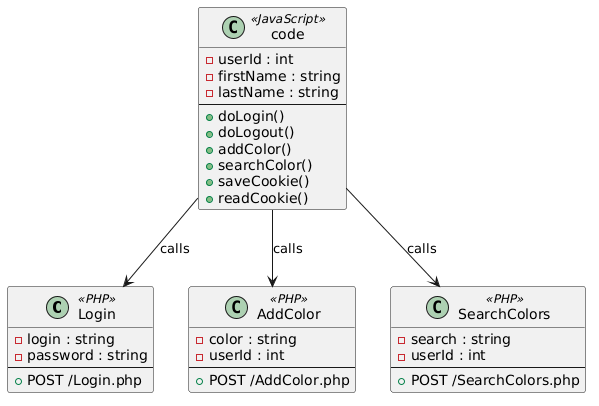
Before: docs/uml/Class Diagram.png, a diagram exported from PlantUML (Clself05/COLORS-Lab). Source of this version:
```plantuml
@startuml
class Login <<PHP>> {
    - login : string
    - password : string
    --
    + POST /Login.php
}

class AddColor <<PHP>> {
    - color : string
    - userId : int
    --
    + POST /AddColor.php
}

class SearchColors <<PHP >> {
    - search : string
    - userId : int
    --
    + POST /SearchColors.php
}


class code <<JavaScript>> {
    - userId : int
    - firstName : string
    - lastName : string
    --
    + doLogin()
    + doLogout()
    + addColor()
    + searchColor()
    + saveCookie()
    + readCookie()
 }


code --> Login : "calls"
code --> AddColor : "calls"
code --> SearchColors : "calls"
@enduml
```
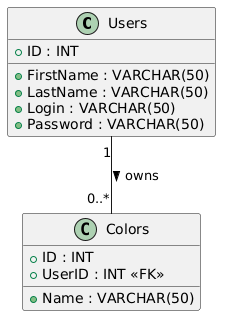
After the commit.

Commit message:
Changes to class diagram

What changed in the source:
```diff
@@ -1,41 +1,17 @@
 @startuml
-class Login <<PHP>> {
-    - login : string
-    - password : string
-    --
-    + POST /Login.php
+class Users {
+  +ID : INT
+  +FirstName : VARCHAR(50)
+  +LastName : VARCHAR(50)
+  +Login : VARCHAR(50)
+  +Password : VARCHAR(50)
 }
 
-class AddColor <<PHP>> {
-    - color : string
-    - userId : int
-    --
-    + POST /AddColor.php
+class Colors {
+  +ID : INT
+  +Name : VARCHAR(50)
+  +UserID : INT <<FK>>
 }
 
-class SearchColors <<PHP >> {
-    - search : string
-    - userId : int
-    --
-    + POST /SearchColors.php
-}
-
-
-class code <<JavaScript>> {
-    - userId : int
-    - firstName : string
-    - lastName : string
-    --
-    + doLogin()
-    + doLogout()
-    + addColor()
-    + searchColor()
-    + saveCookie()
-    + readCookie()
- }
-
-
-code --> Login : "calls"
-code --> AddColor : "calls"
-code --> SearchColors : "calls"
+Users "1" -- "0..*" Colors : owns >
 @enduml
```
